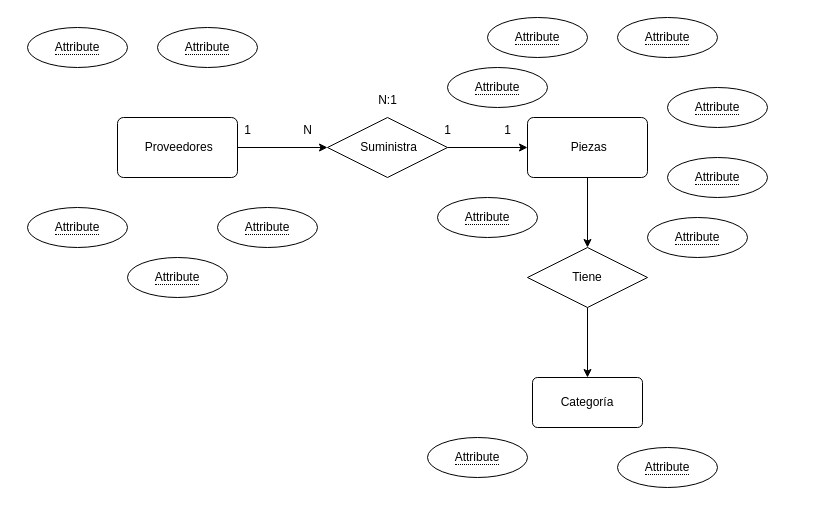
This is Diagrama sin título.drawio from KarlaCNS/pilares, a draw.io file, before an edit. Source tidied: cells renumbered, new cells numbered last; positions are measured from the earlier drawing's top-left corner, leaving out a move shared by most shapes. Both pictures are drawn from the tidied source at 100%, with x=0, y=0 at pixel (27, 17).
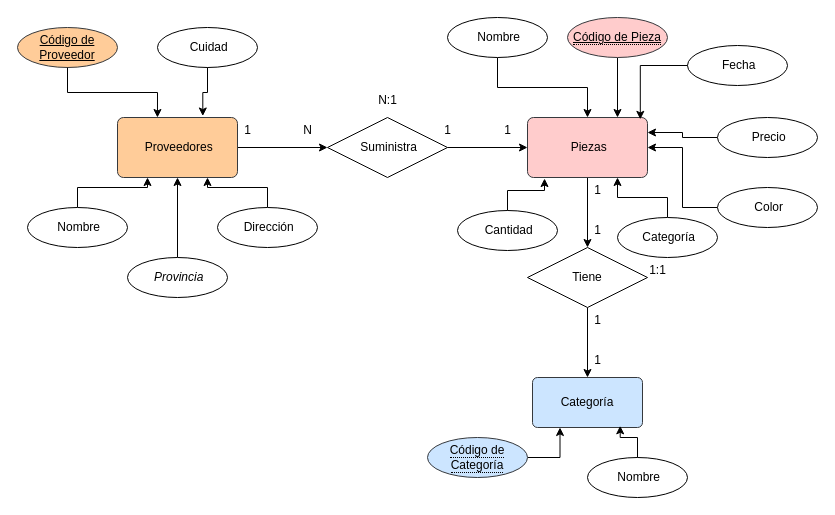
Above is the later version.

The edit, as a diff of the source:
```diff
@@
-    <mxCell id="3" value="&amp;nbsp;Proveedores" style="rounded=1;arcSize=10;whiteSpace=wrap;html=1;align=center;" parent="1" vertex="1">
+    <mxCell id="3" value="&amp;nbsp;Proveedores" style="rounded=1;arcSize=10;whiteSpace=wrap;html=1;align=center;fillColor=#ffcc99;strokeColor=#36393d;" parent="1" vertex="1">
       <mxGeometry x="90" y="100" width="120" height="60" as="geometry" />
     </mxCell>
@@
-    <mxCell id="5" value="&amp;nbsp;Piezas" style="rounded=1;arcSize=10;whiteSpace=wrap;html=1;align=center;" parent="1" vertex="1">
+    <mxCell id="5" value="&amp;nbsp;Piezas" style="rounded=1;arcSize=10;whiteSpace=wrap;html=1;align=center;fillColor=#ffcccc;strokeColor=#36393d;" parent="1" vertex="1">
       <mxGeometry x="500" y="100" width="120" height="60" as="geometry" />
     </mxCell>
@@
-    <mxCell id="10" value="Categoría" style="rounded=1;arcSize=10;whiteSpace=wrap;html=1;align=center;" parent="1" vertex="1">
+    <mxCell id="10" value="Categoría" style="rounded=1;arcSize=10;whiteSpace=wrap;html=1;align=center;fillColor=#cce5ff;strokeColor=#36393d;" parent="1" vertex="1">
       <mxGeometry x="505" y="360" width="110" height="50" as="geometry" />
     </mxCell>
-    <mxCell id="11" value="&lt;span style=&quot;border-bottom: 1px dotted&quot;&gt;Attribute&lt;/span&gt;" style="ellipse;whiteSpace=wrap;html=1;align=center;" parent="1" vertex="1">
+    <mxCell id="11" value="&amp;nbsp;Cuidad" style="ellipse;whiteSpace=wrap;html=1;align=center;" parent="1" vertex="1">
       <mxGeometry x="130" y="10" width="100" height="40" as="geometry" />
     </mxCell>
-    <mxCell id="12" value="&lt;span style=&quot;border-bottom: 1px dotted&quot;&gt;Attribute&lt;/span&gt;" style="ellipse;whiteSpace=wrap;html=1;align=center;" parent="1" vertex="1">
-      <mxGeometry y="10" width="100" height="40" as="geometry" />
+    <mxCell id="12" value="&lt;u&gt;Código de Proveedor&lt;/u&gt;" style="ellipse;whiteSpace=wrap;html=1;align=center;fillColor=#ffcc99;strokeColor=#36393d;" parent="1" vertex="1">
+      <mxGeometry x="-10" y="10" width="100" height="40" as="geometry" />
     </mxCell>
+    <mxCell id="30" style="edgeStyle=orthogonalEdgeStyle;rounded=0;jettySize=auto;html=1;entryX=0.25;entryY=1;entryDx=0;entryDy=0;" parent="1" edge="1" source="13" target="3">
+      <mxGeometry relative="1" as="geometry" />
+    </mxCell>
-    <mxCell id="13" value="&lt;span style=&quot;border-bottom: 1px dotted&quot;&gt;Attribute&lt;/span&gt;" style="ellipse;whiteSpace=wrap;html=1;align=center;" parent="1" vertex="1">
+    <mxCell id="13" value="&amp;nbsp;Nombre" style="ellipse;whiteSpace=wrap;html=1;align=center;" parent="1" vertex="1">
       <mxGeometry y="190" width="100" height="40" as="geometry" />
     </mxCell>
+    <mxCell id="31" style="edgeStyle=orthogonalEdgeStyle;rounded=0;jettySize=auto;html=1;entryX=0.75;entryY=1;entryDx=0;entryDy=0;" parent="1" edge="1" source="14" target="3">
+      <mxGeometry relative="1" as="geometry" />
+    </mxCell>
-    <mxCell id="14" value="&lt;span style=&quot;border-bottom: 1px dotted&quot;&gt;Attribute&lt;/span&gt;" style="ellipse;whiteSpace=wrap;html=1;align=center;" parent="1" vertex="1">
+    <mxCell id="14" value="&amp;nbsp;Dirección" style="ellipse;whiteSpace=wrap;html=1;align=center;" parent="1" vertex="1">
       <mxGeometry x="190" y="190" width="100" height="40" as="geometry" />
     </mxCell>
+    <mxCell id="32" style="edgeStyle=orthogonalEdgeStyle;rounded=0;jettySize=auto;html=1;" parent="1" edge="1" source="15" target="5">
+      <mxGeometry relative="1" as="geometry" />
+    </mxCell>
-    <mxCell id="15" value="&lt;span style=&quot;border-bottom: 1px dotted&quot;&gt;Attribute&lt;/span&gt;" style="ellipse;whiteSpace=wrap;html=1;align=center;" parent="1" vertex="1">
-      <mxGeometry x="460" width="100" height="40" as="geometry" />
+    <mxCell id="15" value="&amp;nbsp;Nombre" style="ellipse;whiteSpace=wrap;html=1;align=center;" parent="1" vertex="1">
+      <mxGeometry x="420" width="100" height="40" as="geometry" />
     </mxCell>
+    <mxCell id="33" style="edgeStyle=orthogonalEdgeStyle;rounded=0;jettySize=auto;html=1;entryX=0.75;entryY=0;entryDx=0;entryDy=0;" parent="1" edge="1" source="16" target="5">
+      <mxGeometry relative="1" as="geometry" />
+    </mxCell>
-    <mxCell id="16" value="&lt;span style=&quot;border-bottom: 1px dotted&quot;&gt;Attribute&lt;/span&gt;" style="ellipse;whiteSpace=wrap;html=1;align=center;" parent="1" vertex="1">
-      <mxGeometry x="590" width="100" height="40" as="geometry" />
+    <mxCell id="16" value="&lt;span style=&quot;border-bottom: 1px dotted&quot;&gt;&lt;u&gt;Código de Pieza&lt;/u&gt;&lt;/span&gt;" style="ellipse;whiteSpace=wrap;html=1;align=center;fillColor=#ffcccc;strokeColor=#36393d;" parent="1" vertex="1">
+      <mxGeometry x="540" width="100" height="40" as="geometry" />
     </mxCell>
-    <mxCell id="17" value="&lt;span style=&quot;border-bottom: 1px dotted&quot;&gt;Attribute&lt;/span&gt;" style="ellipse;whiteSpace=wrap;html=1;align=center;" parent="1" vertex="1">
-      <mxGeometry x="640" y="70" width="100" height="40" as="geometry" />
+    <mxCell id="17" value="&amp;nbsp;Fecha" style="ellipse;whiteSpace=wrap;html=1;align=center;" parent="1" vertex="1">
+      <mxGeometry x="660" y="28" width="100" height="40" as="geometry" />
     </mxCell>
+    <mxCell id="34" style="edgeStyle=orthogonalEdgeStyle;rounded=0;jettySize=auto;html=1;entryX=1;entryY=0.5;entryDx=0;entryDy=0;" parent="1" edge="1" source="18" target="5">
+      <mxGeometry relative="1" as="geometry" />
+    </mxCell>
-    <mxCell id="18" value="&lt;span style=&quot;border-bottom: 1px dotted&quot;&gt;Attribute&lt;/span&gt;" style="ellipse;whiteSpace=wrap;html=1;align=center;" parent="1" vertex="1">
-      <mxGeometry x="640" y="140" width="100" height="40" as="geometry" />
+    <mxCell id="18" value="&amp;nbsp;Color" style="ellipse;whiteSpace=wrap;html=1;align=center;" parent="1" vertex="1">
+      <mxGeometry x="690" y="170" width="100" height="40" as="geometry" />
     </mxCell>
+    <mxCell id="35" style="edgeStyle=orthogonalEdgeStyle;rounded=0;jettySize=auto;html=1;entryX=0.25;entryY=1;entryDx=0;entryDy=0;" parent="1" edge="1" source="19" target="10">
+      <mxGeometry relative="1" as="geometry" />
+    </mxCell>
-    <mxCell id="19" value="&lt;span style=&quot;border-bottom: 1px dotted&quot;&gt;Attribute&lt;/span&gt;" style="ellipse;whiteSpace=wrap;html=1;align=center;" parent="1" vertex="1">
+    <mxCell id="19" value="&lt;span style=&quot;border-bottom: 1px dotted&quot;&gt;Código de Categoría&lt;/span&gt;" style="ellipse;whiteSpace=wrap;html=1;align=center;fillColor=#cce5ff;strokeColor=#36393d;" parent="1" vertex="1">
       <mxGeometry x="400" y="420" width="100" height="40" as="geometry" />
     </mxCell>
-    <mxCell id="20" value="&lt;span style=&quot;border-bottom: 1px dotted&quot;&gt;Attribute&lt;/span&gt;" style="ellipse;whiteSpace=wrap;html=1;align=center;" parent="1" vertex="1">
-      <mxGeometry x="590" y="430" width="100" height="40" as="geometry" />
+    <mxCell id="20" value="&amp;nbsp;Nombre" style="ellipse;whiteSpace=wrap;html=1;align=center;" parent="1" vertex="1">
+      <mxGeometry x="560" y="440" width="100" height="40" as="geometry" />
     </mxCell>
+    <mxCell id="36" style="edgeStyle=orthogonalEdgeStyle;rounded=0;jettySize=auto;html=1;entryX=1;entryY=0.25;entryDx=0;entryDy=0;" parent="1" edge="1" source="21" target="5">
+      <mxGeometry relative="1" as="geometry" />
+    </mxCell>
-    <mxCell id="21" value="&lt;span style=&quot;border-bottom: 1px dotted&quot;&gt;Attribute&lt;/span&gt;" style="ellipse;whiteSpace=wrap;html=1;align=center;" parent="1" vertex="1">
-      <mxGeometry x="420" y="50" width="100" height="40" as="geometry" />
+    <mxCell id="21" value="&amp;nbsp;Precio" style="ellipse;whiteSpace=wrap;html=1;align=center;" parent="1" vertex="1">
+      <mxGeometry x="690" y="100" width="100" height="40" as="geometry" />
     </mxCell>
+    <mxCell id="37" style="edgeStyle=orthogonalEdgeStyle;rounded=0;jettySize=auto;html=1;entryX=0.5;entryY=1;entryDx=0;entryDy=0;" parent="1" edge="1" source="22" target="3">
+      <mxGeometry relative="1" as="geometry" />
+    </mxCell>
-    <mxCell id="22" value="&lt;span style=&quot;border-bottom: 1px dotted&quot;&gt;Attribute&lt;/span&gt;" style="ellipse;whiteSpace=wrap;html=1;align=center;" parent="1" vertex="1">
+    <mxCell id="22" value="&lt;i&gt;&amp;nbsp;Provincia&lt;/i&gt;" style="ellipse;whiteSpace=wrap;html=1;align=center;" parent="1" vertex="1">
       <mxGeometry x="100" y="240" width="100" height="40" as="geometry" />
     </mxCell>
-    <mxCell id="23" value="&lt;span style=&quot;border-bottom: 1px dotted&quot;&gt;Attribute&lt;/span&gt;" style="ellipse;whiteSpace=wrap;html=1;align=center;" parent="1" vertex="1">
-      <mxGeometry x="410" y="180" width="100" height="40" as="geometry" />
+    <mxCell id="23" value="&amp;nbsp;Cantidad" style="ellipse;whiteSpace=wrap;html=1;align=center;" parent="1" vertex="1">
+      <mxGeometry x="430" y="193" width="100" height="40" as="geometry" />
     </mxCell>
+    <mxCell id="38" style="edgeStyle=orthogonalEdgeStyle;rounded=0;jettySize=auto;html=1;entryX=0.75;entryY=1;entryDx=0;entryDy=0;" parent="1" edge="1" source="24" target="5">
+      <mxGeometry relative="1" as="geometry" />
+    </mxCell>
-    <mxCell id="24" value="&lt;span style=&quot;border-bottom: 1px dotted&quot;&gt;Attribute&lt;/span&gt;" style="ellipse;whiteSpace=wrap;html=1;align=center;" parent="1" vertex="1">
-      <mxGeometry x="620" y="200" width="100" height="40" as="geometry" />
+    <mxCell id="24" value="&amp;nbsp;Categoría" style="ellipse;whiteSpace=wrap;html=1;align=center;" parent="1" vertex="1">
+      <mxGeometry x="590" y="200" width="100" height="40" as="geometry" />
     </mxCell>
@@
+    <mxCell id="39" value="1" style="text;html=1;align=center;verticalAlign=middle;strokeColor=none;fillColor=none;" parent="1" vertex="1">
+      <mxGeometry x="555" y="158" width="30" height="30" as="geometry" />
+    </mxCell>
+    <mxCell id="40" value="1" style="text;html=1;align=center;verticalAlign=middle;strokeColor=none;fillColor=none;" parent="1" vertex="1">
+      <mxGeometry x="555" y="288" width="30" height="30" as="geometry" />
+    </mxCell>
+    <mxCell id="41" value="1" style="text;html=1;align=center;verticalAlign=middle;strokeColor=none;fillColor=none;" parent="1" vertex="1">
+      <mxGeometry x="555" y="328" width="30" height="30" as="geometry" />
+    </mxCell>
+    <mxCell id="42" value="1" style="text;html=1;align=center;verticalAlign=middle;strokeColor=none;fillColor=none;" parent="1" vertex="1">
+      <mxGeometry x="555" y="198" width="30" height="30" as="geometry" />
+    </mxCell>
+    <mxCell id="43" value="1:1" style="text;html=1;align=center;verticalAlign=middle;strokeColor=none;fillColor=none;" parent="1" vertex="1">
+      <mxGeometry x="610" y="238" width="40" height="30" as="geometry" />
+    </mxCell>
+    <mxCell id="44" style="edgeStyle=orthogonalEdgeStyle;rounded=0;jettySize=auto;html=1;entryX=0.711;entryY=-0.025;entryDx=0;entryDy=0;entryPerimeter=0;" parent="1" edge="1" source="11" target="3">
+      <mxGeometry relative="1" as="geometry" />
+    </mxCell>
+    <mxCell id="45" style="edgeStyle=orthogonalEdgeStyle;rounded=0;jettySize=auto;html=1;entryX=0.333;entryY=0;entryDx=0;entryDy=0;entryPerimeter=0;" parent="1" edge="1" source="12" target="3">
+      <mxGeometry relative="1" as="geometry" />
+    </mxCell>
+    <mxCell id="46" style="edgeStyle=orthogonalEdgeStyle;rounded=0;jettySize=auto;html=1;entryX=0.142;entryY=1.017;entryDx=0;entryDy=0;entryPerimeter=0;" parent="1" edge="1" source="23" target="5">
+      <mxGeometry relative="1" as="geometry" />
+    </mxCell>
+    <mxCell id="47" style="edgeStyle=orthogonalEdgeStyle;rounded=0;jettySize=auto;html=1;entryX=0.94;entryY=0.031;entryDx=0;entryDy=0;entryPerimeter=0;" parent="1" edge="1" source="17" target="5">
+      <mxGeometry relative="1" as="geometry" />
+    </mxCell>
+    <mxCell id="48" style="edgeStyle=orthogonalEdgeStyle;rounded=0;jettySize=auto;html=1;entryX=0.797;entryY=0.966;entryDx=0;entryDy=0;entryPerimeter=0;" parent="1" edge="1" source="20" target="10">
+      <mxGeometry relative="1" as="geometry" />
+    </mxCell>
```
